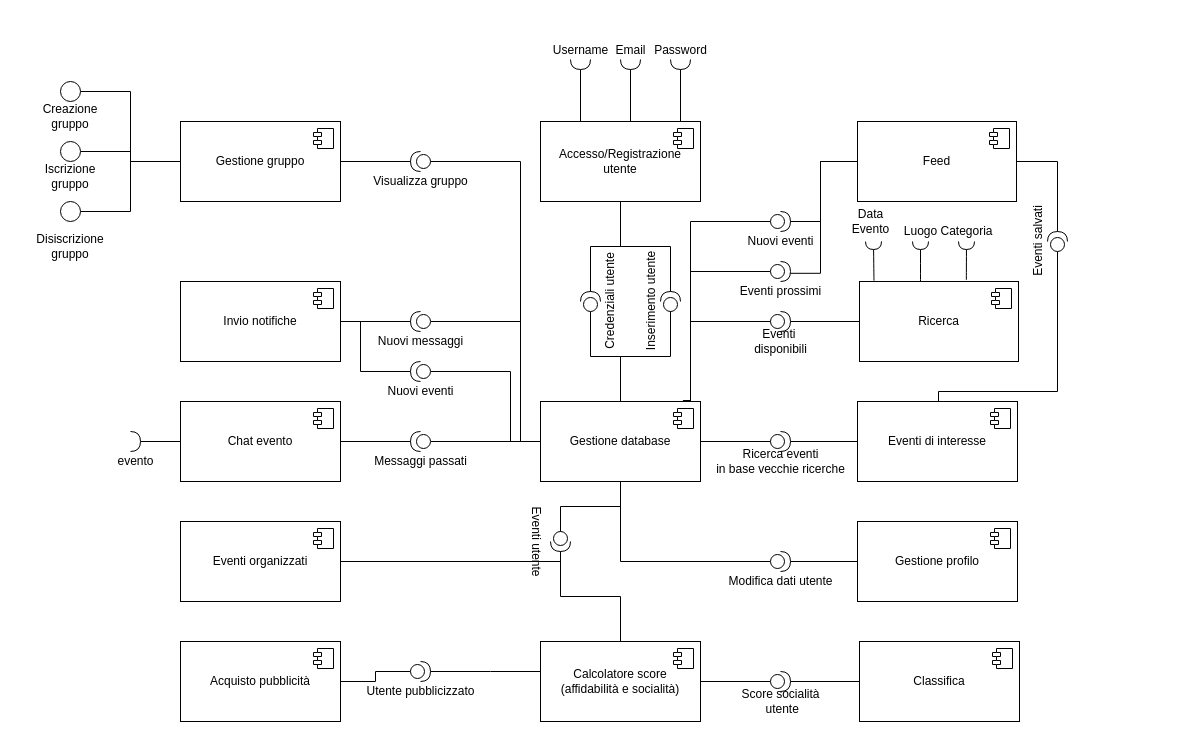
Above: docs/component_diagram.drawio in SamueleFacenda/activitn (draw.io), before the change. Source tidied: cells renumbered, new cells numbered last; positions are measured from the earlier drawing's top-left corner, leaving out a move shared by most shapes. Both pictures are drawn from the tidied source at 100%, with x=0, y=0 at pixel (40, 59).
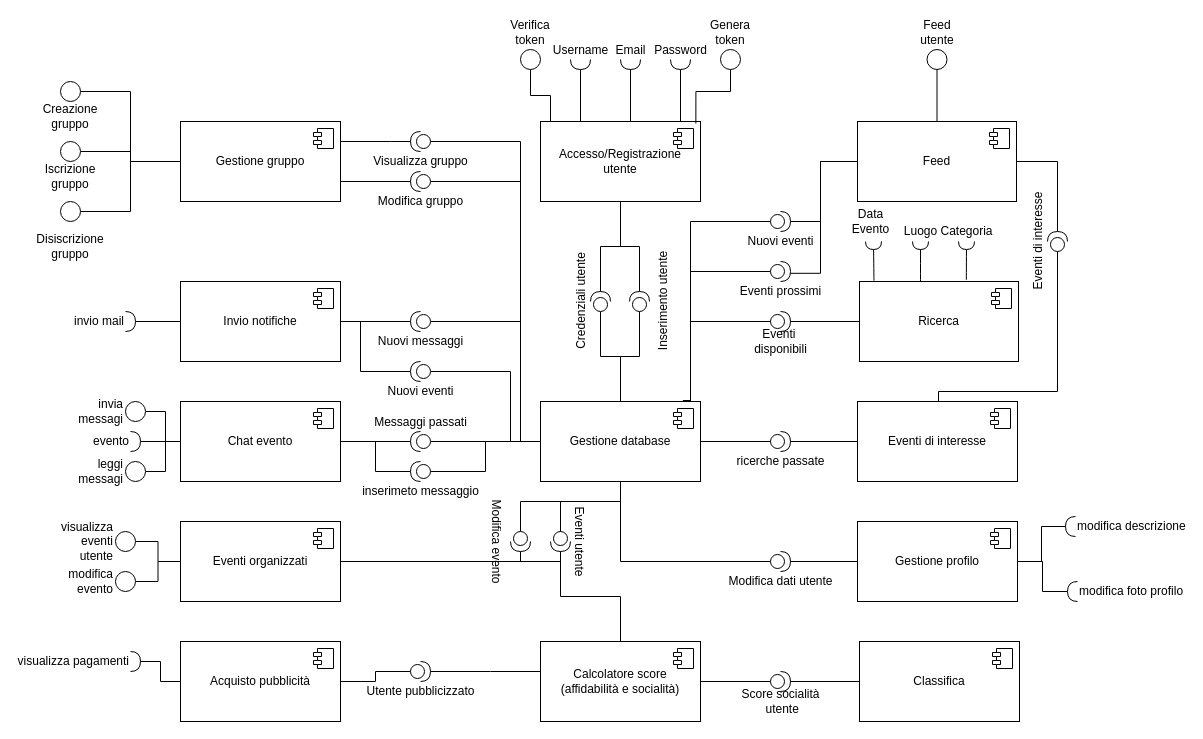
The same diagram, later.

Commit message (it also covers changes not shown here):
docs: update class and component diagram

The change refers to these unchanged cells:
```xml
<mxCell id="2" value="Accesso/Registrazione&lt;div&gt;utente&lt;/div&gt;" style="html=1;whiteSpace=wrap;" parent="1" vertex="1">
  <mxGeometry x="500" y="62" width="160" height="80" as="geometry" />
</mxCell>
<mxCell id="4" value="Gestione database" style="html=1;whiteSpace=wrap;" parent="1" vertex="1">
  <mxGeometry x="500" y="342" width="160" height="80" as="geometry" />
</mxCell>
<mxCell id="10" value="Feed" style="html=1;whiteSpace=wrap;" parent="1" vertex="1">
  <mxGeometry x="817" y="62" width="159" height="80" as="geometry" />
</mxCell>
<mxCell id="15" value="Gestione profilo" style="html=1;whiteSpace=wrap;" parent="1" vertex="1">
  <mxGeometry x="817" y="462" width="160" height="80" as="geometry" />
</mxCell>
<mxCell id="19" value="Eventi organizzati" style="html=1;whiteSpace=wrap;" parent="1" vertex="1">
  <mxGeometry x="140" y="462" width="160" height="80" as="geometry" />
</mxCell>
<mxCell id="21" value="Invio notifiche" style="html=1;whiteSpace=wrap;" parent="1" vertex="1">
  <mxGeometry x="140" y="222" width="160" height="80" as="geometry" />
</mxCell>
<mxCell id="23" value="Gestione gruppo" style="html=1;whiteSpace=wrap;" parent="1" vertex="1">
  <mxGeometry x="140" y="62" width="160" height="80" as="geometry" />
</mxCell>
<mxCell id="25" value="Acquisto pubblicità" style="html=1;whiteSpace=wrap;" parent="1" vertex="1">
  <mxGeometry x="140" y="582" width="160" height="80" as="geometry" />
</mxCell>
<mxCell id="28" value="Chat evento" style="html=1;whiteSpace=wrap;" parent="1" vertex="1">
  <mxGeometry x="140" y="342" width="160" height="80" as="geometry" />
</mxCell>
```

Change to the diagram source:
```diff
@@
-    <mxCell id="37" value="Ricerca eventi&lt;div&gt;in base vecchie ricerche&lt;/div&gt;" style="shape=providedRequiredInterface;html=1;verticalLabelPosition=bottom;sketch=0;" parent="1" vertex="1">
+    <mxCell id="37" value="ricerche passate" style="shape=providedRequiredInterface;html=1;verticalLabelPosition=bottom;sketch=0;" parent="1" vertex="1">
       <mxGeometry x="730" y="372" width="20" height="20" as="geometry" />
     </mxCell>
@@
-    <mxCell id="41" value="Eventi utente" style="shape=providedRequiredInterface;html=1;verticalLabelPosition=bottom;sketch=0;rotation=90;horizontal=1;verticalAlign=top;direction=east;flipH=0;flipV=1;labelPosition=center;align=center;" parent="1" vertex="1">
+    <mxCell id="41" value="Eventi utente" style="shape=providedRequiredInterface;html=1;verticalLabelPosition=top;sketch=0;rotation=90;horizontal=1;verticalAlign=bottom;direction=east;flipH=0;flipV=1;labelPosition=center;align=center;" parent="1" vertex="1">
       <mxGeometry x="510" y="472" width="20" height="20" as="geometry" />
     </mxCell>
@@
     <mxCell id="43" style="edgeStyle=orthogonalEdgeStyle;rounded=0;jettySize=auto;html=1;endArrow=none;endFill=0;exitX=0;exitY=0.5;exitDx=0;exitDy=0;exitPerimeter=0;" parent="1" edge="1" source="41" target="4">
-      <mxGeometry relative="1" as="geometry" />
+      <mxGeometry relative="1" as="geometry">
+        <Array as="points">
+          <mxPoint x="520" y="442" />
+          <mxPoint x="580" y="442" />
+        </Array>
+      </mxGeometry>
     </mxCell>
@@
-    <mxCell id="45" value="Inserimento utente" style="shape=providedRequiredInterface;html=1;verticalLabelPosition=top;sketch=0;rotation=-90;labelPosition=center;align=center;verticalAlign=bottom;" parent="1" vertex="1">
-      <mxGeometry x="620" y="232" width="20" height="20" as="geometry" />
+    <mxCell id="45" value="Inserimento utente" style="shape=providedRequiredInterface;html=1;verticalLabelPosition=bottom;sketch=0;rotation=-90;labelPosition=center;align=center;verticalAlign=top;" parent="1" vertex="1">
+      <mxGeometry x="589" y="232" width="20" height="20" as="geometry" />
     </mxCell>
@@
-    <mxCell id="49" value="Credenziali utente" style="shape=providedRequiredInterface;html=1;verticalLabelPosition=bottom;sketch=0;rotation=-90;" parent="1" vertex="1">
-      <mxGeometry x="540" y="232" width="20" height="20" as="geometry" />
+    <mxCell id="49" value="Credenziali utente" style="shape=providedRequiredInterface;html=1;verticalLabelPosition=top;sketch=0;rotation=-90;labelPosition=center;align=center;verticalAlign=bottom;" parent="1" vertex="1">
+      <mxGeometry x="550" y="232" width="20" height="20" as="geometry" />
     </mxCell>
@@
-    <mxCell id="53" value="Eventi salvati" style="shape=providedRequiredInterface;html=1;verticalLabelPosition=top;sketch=0;rotation=-90;labelPosition=center;align=center;verticalAlign=bottom;" parent="1" vertex="1">
+    <mxCell id="53" value="Eventi di interesse" style="shape=providedRequiredInterface;html=1;verticalLabelPosition=top;sketch=0;rotation=-90;labelPosition=center;align=center;verticalAlign=bottom;" parent="1" vertex="1">
       <mxGeometry x="1007" y="172" width="20" height="20" as="geometry" />
     </mxCell>
@@
-    <mxCell id="59" value="Messaggi passati" style="shape=providedRequiredInterface;html=1;verticalLabelPosition=bottom;sketch=0;rotation=0;direction=west;" parent="1" vertex="1">
+    <mxCell id="59" value="Messaggi passati" style="shape=providedRequiredInterface;html=1;verticalLabelPosition=top;sketch=0;rotation=0;direction=west;labelPosition=center;align=center;verticalAlign=bottom;" parent="1" vertex="1">
       <mxGeometry x="370" y="372" width="20" height="20" as="geometry" />
     </mxCell>
     <mxCell id="60" style="edgeStyle=orthogonalEdgeStyle;rounded=0;jettySize=auto;html=1;endArrow=none;endFill=0;exitX=1;exitY=0.5;exitDx=0;exitDy=0;exitPerimeter=0;" parent="1" edge="1" source="61" target="23">
-      <mxGeometry relative="1" as="geometry" />
+      <mxGeometry relative="1" as="geometry">
+        <Array as="points">
+          <mxPoint x="350" y="82" />
+          <mxPoint x="350" y="82" />
+        </Array>
+      </mxGeometry>
     </mxCell>
     <mxCell id="61" value="Visualizza gruppo" style="shape=providedRequiredInterface;html=1;verticalLabelPosition=bottom;sketch=0;rotation=0;direction=west;" parent="1" vertex="1">
-      <mxGeometry x="370" y="92" width="20" height="20" as="geometry" />
+      <mxGeometry x="370" y="72" width="20" height="20" as="geometry" />
     </mxCell>
     <mxCell id="62" style="edgeStyle=orthogonalEdgeStyle;rounded=0;jettySize=auto;html=1;endArrow=none;endFill=0;" parent="1" edge="1" source="61" target="4">
       <mxGeometry relative="1" as="geometry">
         <Array as="points">
-          <mxPoint x="480" y="102" />
+          <mxPoint x="480" y="82" />
           <mxPoint x="480" y="382" />
         </Array>
       </mxGeometry>
     </mxCell>
@@
-    <mxCell id="66" value="evento" style="shape=requiredInterface;html=1;verticalLabelPosition=bottom;sketch=0;direction=east;" parent="1" vertex="1">
+    <mxCell id="66" value="evento" style="shape=requiredInterface;html=1;verticalLabelPosition=middle;sketch=0;direction=east;labelPosition=left;align=right;verticalAlign=middle;" parent="1" vertex="1">
       <mxGeometry x="90" y="372" width="10" height="20" as="geometry" />
     </mxCell>
@@
+    <mxCell id="95" style="ellipse;whiteSpace=wrap;html=1;align=center;fillColor=none;strokeColor=none;perimeter=centerPerimeter;" parent="1" vertex="1">
+      <mxGeometry x="85" y="252" width="10" height="10" as="geometry" />
+    </mxCell>
+    <mxCell id="96" style="edgeStyle=orthogonalEdgeStyle;rounded=0;jettySize=auto;html=1;endArrow=none;endFill=0;" parent="1" edge="1" source="97" target="21">
+      <mxGeometry relative="1" as="geometry" />
+    </mxCell>
+    <mxCell id="97" value="invio mail" style="shape=requiredInterface;html=1;verticalLabelPosition=middle;sketch=0;labelPosition=left;align=right;verticalAlign=middle;" parent="1" vertex="1">
+      <mxGeometry x="85" y="252" width="10" height="20" as="geometry" />
+    </mxCell>
+    <mxCell id="98" style="edgeStyle=orthogonalEdgeStyle;rounded=0;jettySize=auto;html=1;entryX=1;entryY=0.75;entryDx=0;entryDy=0;endArrow=none;endFill=0;" parent="1" edge="1" source="100" target="23">
+      <mxGeometry relative="1" as="geometry" />
+    </mxCell>
+    <mxCell id="99" style="edgeStyle=orthogonalEdgeStyle;rounded=0;jettySize=auto;html=1;exitX=0;exitY=0.5;exitDx=0;exitDy=0;exitPerimeter=0;endArrow=none;endFill=0;" parent="1" edge="1" source="100" target="4">
+      <mxGeometry relative="1" as="geometry">
+        <Array as="points">
+          <mxPoint x="480" y="122" />
+          <mxPoint x="480" y="382" />
+        </Array>
+      </mxGeometry>
+    </mxCell>
+    <mxCell id="100" value="Modifica gruppo" style="shape=providedRequiredInterface;html=1;verticalLabelPosition=bottom;sketch=0;rotation=0;direction=west;" parent="1" vertex="1">
+      <mxGeometry x="370" y="112" width="20" height="20" as="geometry" />
+    </mxCell>
+    <mxCell id="101" style="edgeStyle=orthogonalEdgeStyle;rounded=0;jettySize=auto;html=1;endArrow=none;endFill=0;" parent="1" edge="1" source="102" target="28">
+      <mxGeometry relative="1" as="geometry" />
+    </mxCell>
+    <mxCell id="102" value="invia messagi" style="ellipse;whiteSpace=wrap;html=1;labelPosition=left;verticalLabelPosition=middle;align=right;verticalAlign=middle;" parent="1" vertex="1">
+      <mxGeometry x="85" y="342" width="20" height="20" as="geometry" />
+    </mxCell>
+    <mxCell id="103" style="edgeStyle=orthogonalEdgeStyle;rounded=0;jettySize=auto;html=1;endArrow=none;endFill=0;" parent="1" edge="1" source="104" target="28">
+      <mxGeometry relative="1" as="geometry" />
+    </mxCell>
+    <mxCell id="104" value="leggi messagi" style="ellipse;whiteSpace=wrap;html=1;labelPosition=left;verticalLabelPosition=middle;align=right;verticalAlign=middle;" parent="1" vertex="1">
+      <mxGeometry x="85" y="402" width="20" height="20" as="geometry" />
+    </mxCell>
+    <mxCell id="105" style="edgeStyle=orthogonalEdgeStyle;rounded=0;jettySize=auto;html=1;entryX=0;entryY=0.5;entryDx=0;entryDy=0;endArrow=none;endFill=0;" parent="1" edge="1" source="107" target="4">
+      <mxGeometry relative="1" as="geometry" />
+    </mxCell>
+    <mxCell id="106" style="edgeStyle=orthogonalEdgeStyle;rounded=0;jettySize=auto;html=1;endArrow=none;endFill=0;" parent="1" edge="1" source="107" target="28">
+      <mxGeometry relative="1" as="geometry" />
+    </mxCell>
+    <mxCell id="107" value="inserimeto messaggio" style="shape=providedRequiredInterface;html=1;verticalLabelPosition=bottom;sketch=0;rotation=0;direction=west;" parent="1" vertex="1">
+      <mxGeometry x="370" y="402" width="20" height="20" as="geometry" />
+    </mxCell>
+    <mxCell id="108" style="edgeStyle=orthogonalEdgeStyle;rounded=0;jettySize=auto;html=1;endArrow=none;endFill=0;" parent="1" edge="1" source="110" target="4">
+      <mxGeometry relative="1" as="geometry">
+        <Array as="points">
+          <mxPoint x="480" y="442" />
+          <mxPoint x="580" y="442" />
+        </Array>
+      </mxGeometry>
+    </mxCell>
+    <mxCell id="109" style="edgeStyle=orthogonalEdgeStyle;rounded=0;jettySize=auto;html=1;entryX=1;entryY=0.5;entryDx=0;entryDy=0;endArrow=none;endFill=0;" parent="1" edge="1" source="110" target="19">
+      <mxGeometry relative="1" as="geometry">
+        <Array as="points">
+          <mxPoint x="480" y="502" />
+        </Array>
+      </mxGeometry>
+    </mxCell>
+    <mxCell id="110" value="Modifica evento" style="shape=providedRequiredInterface;html=1;verticalLabelPosition=bottom;sketch=0;rotation=90;horizontal=1;verticalAlign=top;direction=east;flipH=0;flipV=1;labelPosition=center;align=center;" parent="1" vertex="1">
+      <mxGeometry x="470" y="472" width="20" height="20" as="geometry" />
+    </mxCell>
+    <mxCell id="111" style="edgeStyle=orthogonalEdgeStyle;rounded=0;jettySize=auto;html=1;endArrow=none;endFill=0;" parent="1" edge="1" source="112" target="19">
+      <mxGeometry relative="1" as="geometry" />
+    </mxCell>
+    <mxCell id="112" value="modifica evento" style="ellipse;whiteSpace=wrap;html=1;labelPosition=left;verticalLabelPosition=middle;align=right;verticalAlign=middle;" parent="1" vertex="1">
+      <mxGeometry x="75" y="512" width="20" height="20" as="geometry" />
+    </mxCell>
+    <mxCell id="113" style="edgeStyle=orthogonalEdgeStyle;rounded=0;jettySize=auto;html=1;endArrow=none;endFill=0;" parent="1" edge="1" source="114" target="19">
+      <mxGeometry relative="1" as="geometry" />
+    </mxCell>
+    <mxCell id="114" value="visualizza eventi utente" style="ellipse;whiteSpace=wrap;html=1;labelPosition=left;verticalLabelPosition=middle;align=right;verticalAlign=middle;" parent="1" vertex="1">
+      <mxGeometry x="75" y="472" width="20" height="20" as="geometry" />
+    </mxCell>
+    <mxCell id="115" style="edgeStyle=orthogonalEdgeStyle;rounded=0;jettySize=auto;html=1;endArrow=none;endFill=0;" parent="1" edge="1" source="116" target="25">
+      <mxGeometry relative="1" as="geometry" />
+    </mxCell>
+    <mxCell id="116" value="visualizza pagamenti" style="shape=requiredInterface;html=1;verticalLabelPosition=middle;sketch=0;direction=east;labelPosition=left;align=right;verticalAlign=middle;" parent="1" vertex="1">
+      <mxGeometry x="90" y="592" width="10" height="20" as="geometry" />
+    </mxCell>
+    <mxCell id="117" value="Verifica token" style="ellipse;whiteSpace=wrap;html=1;labelPosition=center;verticalLabelPosition=top;align=center;verticalAlign=bottom;" parent="1" vertex="1">
+      <mxGeometry x="480" y="-10" width="20" height="20" as="geometry" />
+    </mxCell>
+    <mxCell id="118" style="edgeStyle=orthogonalEdgeStyle;rounded=0;jettySize=auto;html=1;endArrow=none;endFill=0;" parent="1" edge="1" source="117" target="2">
+      <mxGeometry relative="1" as="geometry">
+        <Array as="points">
+          <mxPoint x="490" y="36" />
+          <mxPoint x="510" y="36" />
+        </Array>
+      </mxGeometry>
+    </mxCell>
+    <mxCell id="119" value="Genera token" style="ellipse;whiteSpace=wrap;html=1;labelPosition=center;verticalLabelPosition=top;align=center;verticalAlign=bottom;" parent="1" vertex="1">
+      <mxGeometry x="680" y="-10" width="20" height="20" as="geometry" />
+    </mxCell>
+    <mxCell id="120" style="edgeStyle=orthogonalEdgeStyle;rounded=0;jettySize=auto;html=1;entryX=0.971;entryY=0.025;entryDx=0;entryDy=0;entryPerimeter=0;endArrow=none;endFill=0;" parent="1" edge="1" source="119" target="2">
+      <mxGeometry relative="1" as="geometry">
+        <Array as="points">
+          <mxPoint x="690" y="32" />
+          <mxPoint x="655" y="32" />
+        </Array>
+      </mxGeometry>
+    </mxCell>
+    <mxCell id="121" style="edgeStyle=orthogonalEdgeStyle;rounded=0;jettySize=auto;html=1;endArrow=none;endFill=0;" parent="1" edge="1" source="122" target="10">
+      <mxGeometry relative="1" as="geometry" />
+    </mxCell>
+    <mxCell id="122" value="Feed utente" style="ellipse;whiteSpace=wrap;html=1;labelPosition=center;verticalLabelPosition=top;align=center;verticalAlign=bottom;" parent="1" vertex="1">
+      <mxGeometry x="886.5" y="-10" width="20" height="20" as="geometry" />
+    </mxCell>
+    <mxCell id="123" style="edgeStyle=orthogonalEdgeStyle;rounded=0;jettySize=auto;html=1;endArrow=none;endFill=0;" parent="1" edge="1" source="124" target="15">
+      <mxGeometry relative="1" as="geometry" />
+    </mxCell>
+    <mxCell id="124" value="modifica descrizione" style="shape=requiredInterface;html=1;verticalLabelPosition=middle;sketch=0;direction=west;labelPosition=right;align=left;verticalAlign=middle;" parent="1" vertex="1">
+      <mxGeometry x="1025" y="457" width="10" height="20" as="geometry" />
+    </mxCell>
+    <mxCell id="125" style="edgeStyle=orthogonalEdgeStyle;rounded=0;jettySize=auto;html=1;endArrow=none;endFill=0;" parent="1" edge="1" source="126" target="15">
+      <mxGeometry relative="1" as="geometry" />
+    </mxCell>
+    <mxCell id="126" value="modifica foto profilo" style="shape=requiredInterface;html=1;verticalLabelPosition=middle;sketch=0;direction=west;labelPosition=right;align=left;verticalAlign=middle;" parent="1" vertex="1">
+      <mxGeometry x="1027" y="522" width="10" height="20" as="geometry" />
+    </mxCell>
```
